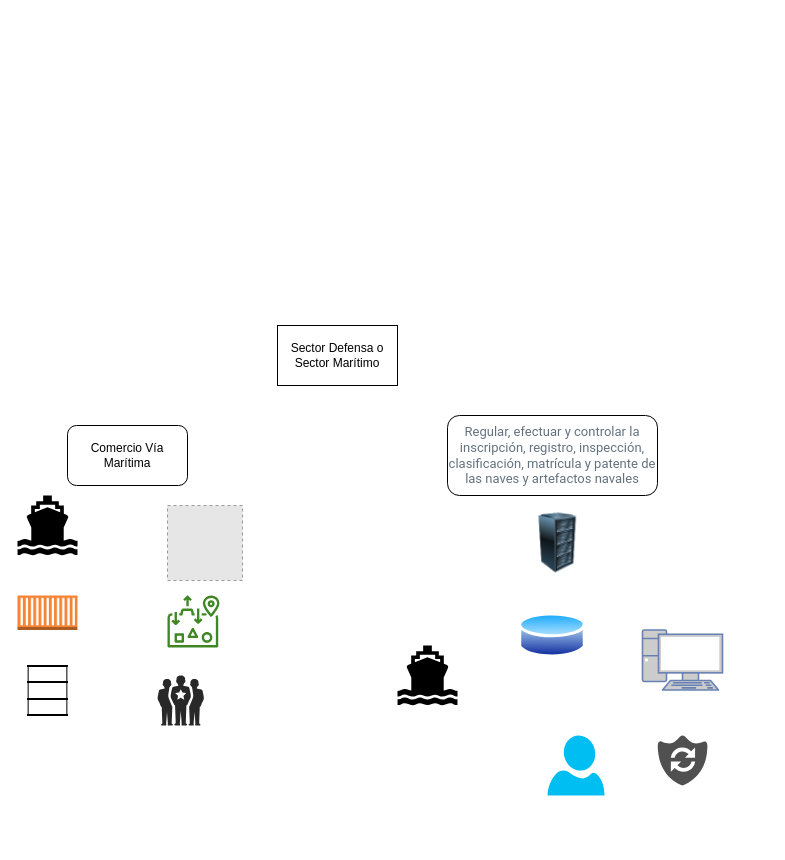
This is Diagrama sin título.drawio from DeividMedina30/CNYT-FINAL, a draw.io file, before an edit. Source tidied: cells renumbered, new cells numbered last; positions are measured from the earlier drawing's top-left corner, leaving out a move shared by most shapes. Both pictures are drawn from the tidied source at 100%, with x=0, y=0 at pixel (17, 325). Pictures stored in the file or linked from it are replaced by grey dashed boxes.
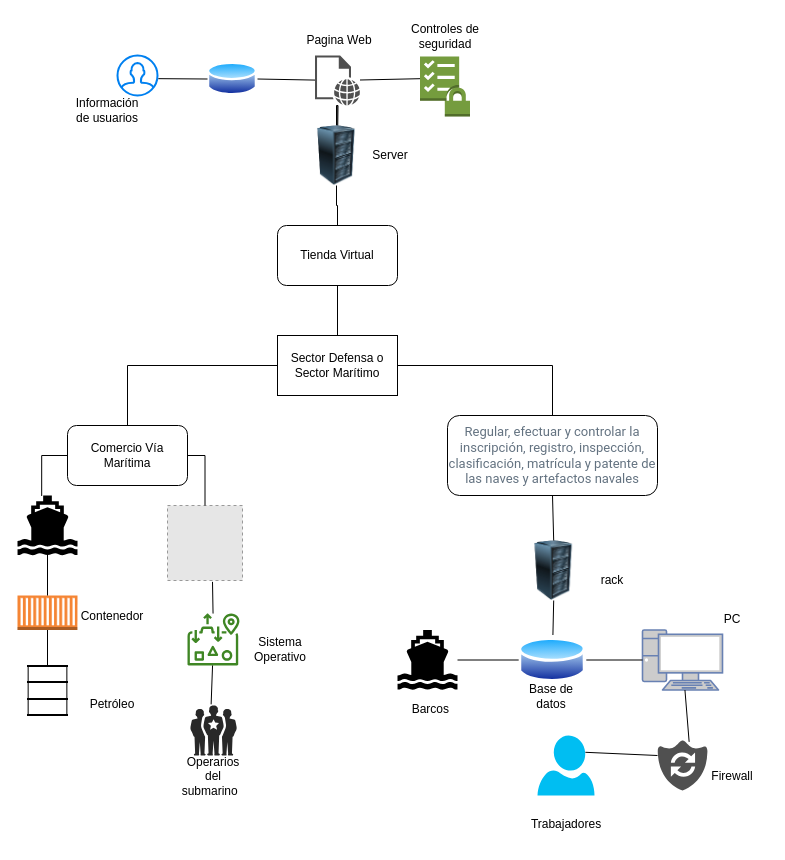
The same page after the edit.

Unchanged cells that the change refers to:
```xml
<mxCell id="3" value="Comercio Vía Marítima" style="rounded=1;whiteSpace=wrap;html=1;" parent="1" vertex="1">
  <mxGeometry x="50" y="100" width="120" height="60" as="geometry" />
</mxCell>
<mxCell id="4" style="shape=mxgraph.signs.transportation.ship_2;html=1;fillColor=#000000;strokeColor=none;verticalLabelPosition=bottom;verticalAlign=top;align=center;" parent="1" vertex="1">
  <mxGeometry y="170" width="60" height="60" as="geometry" />
</mxCell>
<mxCell id="5" style="outlineConnect=0;dashed=0;verticalLabelPosition=bottom;verticalAlign=top;align=center;html=1;shape=mxgraph.aws3.ec2_compute_container;fillColor=#F58534;gradientColor=none;" parent="1" vertex="1">
  <mxGeometry y="270" width="60" height="34.5" as="geometry" />
</mxCell>
<mxCell id="6" style="shape=mxgraph.pid.vessels.barrel,_drum;html=1;align=center;verticalLabelPosition=bottom;verticalAlign=top;dashed=0;" parent="1" vertex="1">
  <mxGeometry x="10" y="340" width="40" height="50" as="geometry" />
</mxCell>
<mxCell id="7" style="fillColor=#E6E6E6;strokeColor=#999999;dashed=1;verticalLabelPosition=bottom;labelBackgroundColor=default;verticalAlign=top;" parent="1" vertex="1">
  <mxGeometry x="150" y="180" width="75" height="75" as="geometry" />
</mxCell>
<mxCell id="10" value="&#10;&#10;&lt;span style=&quot;color: rgb(99, 114, 128); font-family: roboto, sans-serif; font-size: 13px; font-style: normal; font-weight: 400; letter-spacing: normal; text-align: left; text-indent: 0px; text-transform: none; word-spacing: 0px; background-color: rgb(255, 255, 255); display: inline; float: none;&quot;&gt;Regular, efectuar y controlar la inscripción, registro, inspección, clasificación, matrícula y patente de las naves y artefactos navales&lt;/span&gt;&#10;&#10;" style="rounded=1;whiteSpace=wrap;html=1;" parent="1" vertex="1">
  <mxGeometry x="430" y="90" width="210" height="80" as="geometry" />
</mxCell>
<mxCell id="13" style="fontColor=#0066CC;verticalAlign=top;verticalLabelPosition=bottom;labelPosition=center;align=center;html=1;outlineConnect=0;fillColor=#CCCCCC;strokeColor=#6881B3;gradientColor=none;gradientDirection=north;strokeWidth=2;shape=mxgraph.networks.pc;" parent="1" vertex="1">
  <mxGeometry x="625" y="304.5" width="80" height="60" as="geometry" />
</mxCell>
```

Change to the diagram source:
```diff
@@
     <mxCell id="2" value="Sector Defensa o Sector Marítimo" style="rounded=0;whiteSpace=wrap;html=1;" parent="1" vertex="1">
-      <mxGeometry x="260" width="120" height="60" as="geometry" />
+      <mxGeometry x="260" y="10" width="120" height="60" as="geometry" />
     </mxCell>
@@
     <mxCell id="8" style="verticalLabelPosition=bottom;sketch=0;html=1;fillColor=#282828;strokeColor=none;verticalAlign=top;align=center;shape=mxgraph.cisco_safe.people_places_things_icons.icon1;" parent="1" vertex="1">
-      <mxGeometry x="140" y="350" width="46.5" height="50" as="geometry" />
+      <mxGeometry x="172.8" y="380" width="46.5" height="50" as="geometry" />
     </mxCell>
     <mxCell id="9" style="sketch=0;outlineConnect=0;fontColor=#232F3E;gradientColor=none;fillColor=#3F8624;strokeColor=none;dashed=0;verticalLabelPosition=bottom;verticalAlign=top;align=center;html=1;fontSize=12;fontStyle=0;shape=mxgraph.aws4.elastic_file_system_one_zone;" parent="1" vertex="1">
-      <mxGeometry x="150" y="270" width="52" height="52" as="geometry" />
+      <mxGeometry x="170" y="288" width="52" height="52" as="geometry" />
     </mxCell>
@@
     <mxCell id="11" style="perimeter=ellipsePerimeter;html=1;align=center;shadow=0;dashed=0;spacingTop=3;image;image=img/lib/active_directory/database.svg;" parent="1" vertex="1">
-      <mxGeometry x="501.2" y="285" width="67.6" height="50" as="geometry" />
+      <mxGeometry x="501.2" y="309.5" width="67.6" height="50" as="geometry" />
     </mxCell>
     <mxCell id="12" style="shape=mxgraph.signs.transportation.ship_2;html=1;fillColor=#000000;strokeColor=none;verticalLabelPosition=bottom;verticalAlign=top;align=center;" parent="1" vertex="1">
-      <mxGeometry x="380" y="320" width="60" height="60" as="geometry" />
+      <mxGeometry x="380" y="304.5" width="60" height="60" as="geometry" />
     </mxCell>
@@
     <mxCell id="14" style="verticalLabelPosition=bottom;html=1;verticalAlign=top;align=center;strokeColor=none;fillColor=#00BEF2;shape=mxgraph.azure.user;" parent="1" vertex="1">
-      <mxGeometry x="530" y="410" width="57" height="60" as="geometry" />
+      <mxGeometry x="520" y="410" width="57" height="60" as="geometry" />
     </mxCell>
     <mxCell id="15" style="sketch=0;shadow=0;dashed=0;html=1;strokeColor=none;labelPosition=center;verticalLabelPosition=bottom;verticalAlign=top;align=center;fillColor=#505050;shape=mxgraph.mscae.oms.system_update;" parent="1" vertex="1">
-      <mxGeometry x="640" y="410" width="50" height="50" as="geometry" />
+      <mxGeometry x="640" y="415" width="50" height="50" as="geometry" />
     </mxCell>
     <mxCell id="16" style="image;html=1;image=img/lib/clip_art/computers/Server_Rack_128x128.png;" parent="1" vertex="1">
-      <mxGeometry x="505.3" y="187.5" width="70" height="60" as="geometry" />
+      <mxGeometry x="501.2" y="215" width="70" height="60" as="geometry" />
     </mxCell>
+    <mxCell id="17" style="edgeStyle=orthogonalEdgeStyle;rounded=0;jettySize=auto;html=1;startArrow=none;" parent="1" edge="1" source="51">
+      <mxGeometry relative="1" as="geometry">
+        <mxPoint x="320" y="-180" as="targetPoint" />
+      </mxGeometry>
+    </mxCell>
+    <mxCell id="18" value="Tienda Virtual" style="rounded=1;whiteSpace=wrap;html=1;" parent="1" vertex="1">
+      <mxGeometry x="260" y="-100" width="120" height="60" as="geometry" />
+    </mxCell>
+    <mxCell id="19" style="sketch=0;shadow=0;dashed=0;html=1;strokeColor=none;fillColor=#505050;labelPosition=center;verticalLabelPosition=bottom;verticalAlign=top;outlineConnect=0;align=center;shape=mxgraph.office.concepts.web_page;" parent="1" vertex="1">
+      <mxGeometry x="297.5" y="-270" width="45" height="50" as="geometry" />
+    </mxCell>
+    <mxCell id="20" style="outlineConnect=0;dashed=0;verticalLabelPosition=bottom;verticalAlign=top;align=center;html=1;shape=mxgraph.aws3.checklist_security;fillColor=#759C3E;gradientColor=none;" parent="1" vertex="1">
+      <mxGeometry x="402.5" y="-269" width="50" height="60" as="geometry" />
+    </mxCell>
+    <mxCell id="21" style="perimeter=ellipsePerimeter;html=1;align=center;shadow=0;dashed=0;spacingTop=3;image;image=img/lib/active_directory/database.svg;" parent="1" vertex="1">
+      <mxGeometry x="190" y="-265" width="50" height="37" as="geometry" />
+    </mxCell>
+    <mxCell id="22" style="html=1;verticalLabelPosition=bottom;align=center;labelBackgroundColor=#ffffff;verticalAlign=top;strokeWidth=2;strokeColor=#0080F0;shadow=0;dashed=0;shape=mxgraph.ios7.icons.user;" parent="1" vertex="1">
+      <mxGeometry x="100" y="-270" width="40" height="40" as="geometry" />
+    </mxCell>
+    <mxCell id="23" style="endArrow=none;html=1;rounded=0;edgeStyle=orthogonalEdgeStyle;exitX=0.403;exitY=0.008;exitDx=0;exitDy=0;exitPerimeter=0;entryX=0;entryY=0.5;entryDx=0;entryDy=0;" parent="1" edge="1" source="4" target="3">
+      <mxGeometry relative="1" as="geometry" />
+    </mxCell>
+    <mxCell id="24" style="endArrow=none;html=1;rounded=0;entryX=0.5;entryY=0.911;entryDx=0;entryDy=0;entryPerimeter=0;" parent="1" edge="1" source="5" target="4">
+      <mxGeometry relative="1" as="geometry" />
+    </mxCell>
+    <mxCell id="25" style="endArrow=none;html=1;rounded=0;entryX=0.5;entryY=0;entryDx=0;entryDy=0;entryPerimeter=0;exitX=0.5;exitY=1;exitDx=0;exitDy=0;exitPerimeter=0;" parent="1" edge="1" source="5" target="6">
+      <mxGeometry relative="1" as="geometry" />
+    </mxCell>
+    <mxCell id="26" style="endArrow=none;html=1;rounded=0;edgeStyle=orthogonalEdgeStyle;entryX=1;entryY=0.5;entryDx=0;entryDy=0;" parent="1" edge="1" source="7" target="3">
+      <mxGeometry relative="1" as="geometry" />
+    </mxCell>
+    <mxCell id="27" style="endArrow=none;html=1;rounded=0;entryX=0.6;entryY=1.018;entryDx=0;entryDy=0;entryPerimeter=0;" parent="1" edge="1" source="9" target="7">
+      <mxGeometry relative="1" as="geometry" />
+    </mxCell>
+    <mxCell id="28" style="endArrow=none;html=1;rounded=0;entryX=0.448;entryY=-0.023;entryDx=0;entryDy=0;entryPerimeter=0;" parent="1" edge="1" source="9" target="8">
+      <mxGeometry relative="1" as="geometry" />
+    </mxCell>
+    <mxCell id="29" value="rack" style="text;html=1;strokeColor=none;fillColor=none;align=center;verticalAlign=middle;whiteSpace=wrap;rounded=0;" parent="1" vertex="1">
+      <mxGeometry x="565" y="240" width="60" height="30" as="geometry" />
+    </mxCell>
+    <mxCell id="30" value="Server" style="text;html=1;strokeColor=none;fillColor=none;align=center;verticalAlign=middle;whiteSpace=wrap;rounded=0;" parent="1" vertex="1">
+      <mxGeometry x="342.5" y="-185" width="60" height="30" as="geometry" />
+    </mxCell>
+    <mxCell id="31" value="Pagina Web" style="text;html=1;strokeColor=none;fillColor=none;align=center;verticalAlign=middle;whiteSpace=wrap;rounded=0;" parent="1" vertex="1">
+      <mxGeometry x="282.5" y="-300" width="77.5" height="30" as="geometry" />
+    </mxCell>
+    <mxCell id="32" value="Controles de seguridad" style="text;html=1;strokeColor=none;fillColor=none;align=center;verticalAlign=middle;whiteSpace=wrap;rounded=0;" parent="1" vertex="1">
+      <mxGeometry x="372.5" y="-308" width="110" height="38" as="geometry" />
+    </mxCell>
+    <mxCell id="33" value="Sistema Operativo" style="text;html=1;strokeColor=none;fillColor=none;align=center;verticalAlign=middle;whiteSpace=wrap;rounded=0;" parent="1" vertex="1">
+      <mxGeometry x="227.5" y="304.5" width="70" height="38" as="geometry" />
+    </mxCell>
+    <mxCell id="34" value="Contenedor" style="text;html=1;strokeColor=none;fillColor=none;align=center;verticalAlign=middle;whiteSpace=wrap;rounded=0;" parent="1" vertex="1">
+      <mxGeometry x="60" y="271.5" width="70" height="38" as="geometry" />
+    </mxCell>
+    <mxCell id="35" value="Petróleo" style="text;html=1;strokeColor=none;fillColor=none;align=center;verticalAlign=middle;whiteSpace=wrap;rounded=0;" parent="1" vertex="1">
+      <mxGeometry x="60" y="359.5" width="70" height="38" as="geometry" />
+    </mxCell>
+    <mxCell id="36" value="Firewall" style="text;html=1;strokeColor=none;fillColor=none;align=center;verticalAlign=middle;whiteSpace=wrap;rounded=0;" parent="1" vertex="1">
+      <mxGeometry x="680" y="432" width="70" height="38" as="geometry" />
+    </mxCell>
+    <mxCell id="37" style="endArrow=none;html=1;rounded=0;entryX=0.5;entryY=1;entryDx=0;entryDy=0;exitX=0.5;exitY=0;exitDx=0;exitDy=0;" parent="1" edge="1" source="16" target="10">
+      <mxGeometry relative="1" as="geometry" />
+    </mxCell>
+    <mxCell id="38" style="endArrow=none;html=1;rounded=0;entryX=0.5;entryY=1;entryDx=0;entryDy=0;" parent="1" edge="1" source="11" target="16">
+      <mxGeometry relative="1" as="geometry" />
+    </mxCell>
+    <mxCell id="39" style="endArrow=none;html=1;rounded=0;entryX=0;entryY=0.5;entryDx=0;entryDy=0;entryPerimeter=0;exitX=1;exitY=0.5;exitDx=0;exitDy=0;" parent="1" edge="1" source="11" target="13">
+      <mxGeometry relative="1" as="geometry" />
+    </mxCell>
+    <mxCell id="40" style="endArrow=none;html=1;rounded=0;" parent="1" edge="1" source="12" target="11">
+      <mxGeometry relative="1" as="geometry" />
+    </mxCell>
+    <mxCell id="41" style="endArrow=none;html=1;rounded=0;exitX=0.633;exitY=0.027;exitDx=0;exitDy=0;exitPerimeter=0;" parent="1" edge="1" source="15" target="13">
+      <mxGeometry relative="1" as="geometry" />
+    </mxCell>
+    <mxCell id="42" style="endArrow=none;html=1;rounded=0;entryX=0;entryY=0.3;entryDx=0;entryDy=0;entryPerimeter=0;exitX=0.84;exitY=0.28;exitDx=0;exitDy=0;exitPerimeter=0;" parent="1" edge="1" source="14" target="15">
+      <mxGeometry relative="1" as="geometry" />
+    </mxCell>
+    <mxCell id="43" style="endArrow=none;html=1;rounded=0;edgeStyle=orthogonalEdgeStyle;entryX=0;entryY=0.5;entryDx=0;entryDy=0;exitX=0.5;exitY=0;exitDx=0;exitDy=0;" parent="1" edge="1" source="3" target="2">
+      <mxGeometry relative="1" as="geometry" />
+    </mxCell>
+    <mxCell id="44" style="endArrow=none;html=1;rounded=0;edgeStyle=orthogonalEdgeStyle;entryX=1;entryY=0.5;entryDx=0;entryDy=0;exitX=0.5;exitY=0;exitDx=0;exitDy=0;" parent="1" edge="1" source="10" target="2">
+      <mxGeometry relative="1" as="geometry" />
+    </mxCell>
+    <mxCell id="45" style="endArrow=none;html=1;rounded=0;entryX=0.5;entryY=1;entryDx=0;entryDy=0;" parent="1" edge="1" source="2" target="18">
+      <mxGeometry relative="1" as="geometry" />
+    </mxCell>
+    <mxCell id="46" style="endArrow=none;html=1;rounded=0;" parent="1" edge="1" source="51" target="19">
+      <mxGeometry relative="1" as="geometry" />
+    </mxCell>
+    <mxCell id="47" style="endArrow=none;html=1;rounded=0;exitX=0;exitY=0.37;exitDx=0;exitDy=0;exitPerimeter=0;" parent="1" edge="1" source="20" target="19">
+      <mxGeometry relative="1" as="geometry" />
+    </mxCell>
+    <mxCell id="48" style="endArrow=none;html=1;rounded=0;entryX=1;entryY=0.5;entryDx=0;entryDy=0;" parent="1" edge="1" source="19" target="21">
+      <mxGeometry relative="1" as="geometry" />
+    </mxCell>
+    <mxCell id="49" style="endArrow=none;html=1;rounded=0;entryX=1.021;entryY=0.579;entryDx=0;entryDy=0;entryPerimeter=0;exitX=0;exitY=0.5;exitDx=0;exitDy=0;" parent="1" edge="1" source="21" target="22">
+      <mxGeometry relative="1" as="geometry" />
+    </mxCell>
+    <mxCell id="50" value="Información de usuarios" style="text;html=1;strokeColor=none;fillColor=none;align=center;verticalAlign=middle;whiteSpace=wrap;rounded=0;" parent="1" vertex="1">
+      <mxGeometry x="60" y="-230" width="60" height="30" as="geometry" />
+    </mxCell>
+    <mxCell id="51" style="image;html=1;image=img/lib/clip_art/computers/Server_Rack_128x128.png;" parent="1" vertex="1">
+      <mxGeometry x="284" y="-200" width="70" height="60" as="geometry" />
+    </mxCell>
+    <mxCell id="52" style="edgeStyle=orthogonalEdgeStyle;rounded=0;jettySize=auto;html=1;endArrow=none;" parent="1" edge="1" source="18" target="51">
+      <mxGeometry relative="1" as="geometry" />
+    </mxCell>
+    <mxCell id="53" value="Barcos&amp;nbsp;" style="text;html=1;strokeColor=none;fillColor=none;align=center;verticalAlign=middle;whiteSpace=wrap;rounded=0;" parent="1" vertex="1">
+      <mxGeometry x="380" y="364.5" width="70" height="38" as="geometry" />
+    </mxCell>
+    <mxCell id="54" value="Base de datos" style="text;html=1;strokeColor=none;fillColor=none;align=center;verticalAlign=middle;whiteSpace=wrap;rounded=0;" parent="1" vertex="1">
+      <mxGeometry x="498.8" y="352" width="70" height="38" as="geometry" />
+    </mxCell>
+    <mxCell id="55" value="PC" style="text;html=1;strokeColor=none;fillColor=none;align=center;verticalAlign=middle;whiteSpace=wrap;rounded=0;" parent="1" vertex="1">
+      <mxGeometry x="680" y="275" width="70" height="38" as="geometry" />
+    </mxCell>
+    <mxCell id="56" value="Operarios del submarino&amp;nbsp;&amp;nbsp;" style="text;html=1;strokeColor=none;fillColor=none;align=center;verticalAlign=middle;whiteSpace=wrap;rounded=0;" parent="1" vertex="1">
+      <mxGeometry x="161" y="432" width="70" height="38" as="geometry" />
+    </mxCell>
+    <mxCell id="57" value="Trabajadores" style="text;html=1;strokeColor=none;fillColor=none;align=center;verticalAlign=middle;whiteSpace=wrap;rounded=0;" parent="1" vertex="1">
+      <mxGeometry x="513.5" y="480" width="70" height="38" as="geometry" />
+    </mxCell>
```
